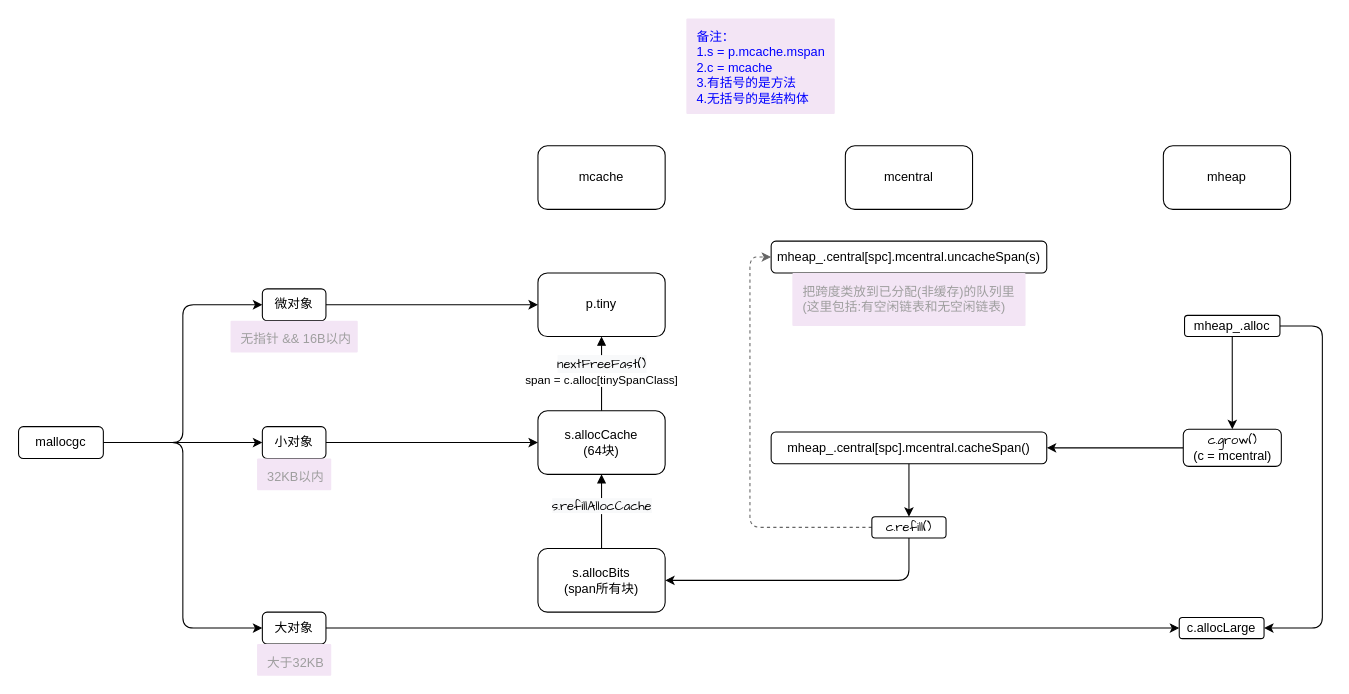
fire1220/annotation-go1.23.5 keeps this draw.io diagram as book/src/内存分配流程.drawio. Above is the earlier version. Source tidied: cells renumbered, new cells numbered last; positions are measured from the earlier drawing's top-left corner, leaving out a move shared by most shapes. Both pictures are drawn from the tidied source at 106%, with x=0, y=0 at pixel (18, 18).
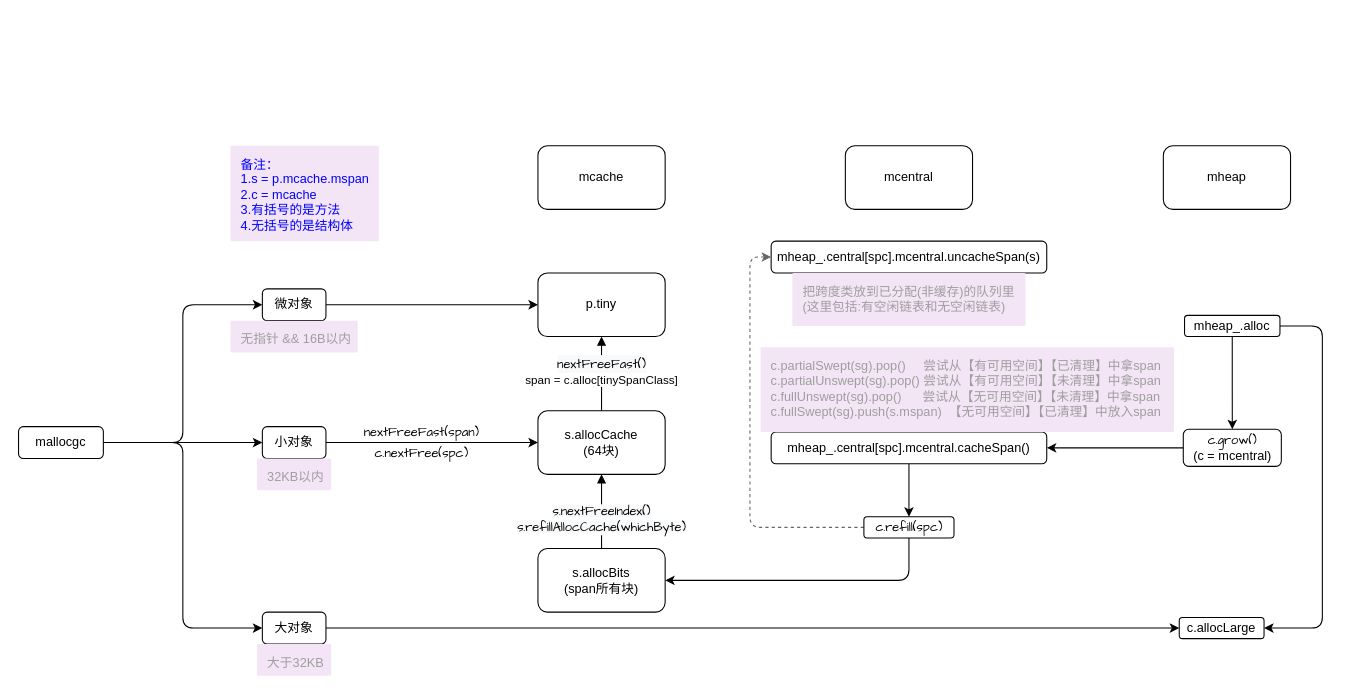
Above is the later version.

Commit message (it also covers changes not shown here):
大对象分配

The change refers to these unchanged cells:
```xml
<mxCell id="2" value="&lt;span&gt;s.allocCache&lt;br&gt;&lt;/span&gt;(64块)&lt;span&gt;&lt;br&gt;&lt;/span&gt;" style="rounded=1;whiteSpace=wrap;html=1;" parent="1" vertex="1">
  <mxGeometry x="490" y="370" width="120" height="60" as="geometry" />
</mxCell>
<mxCell id="4" value="s.allocBits&lt;br&gt;(span所有块)" style="rounded=1;whiteSpace=wrap;html=1;" parent="1" vertex="1">
  <mxGeometry x="490" y="500" width="120" height="60" as="geometry" />
</mxCell>
```

What changed in the source:
```diff
@@
-    <mxCell id="6" value="&lt;span style=&quot;font-size: 12px ; background-color: rgb(248 , 249 , 250)&quot;&gt;&lt;font face=&quot;Comic Sans MS&quot;&gt;s.refillAllocCache&lt;/font&gt;&lt;/span&gt;&lt;span style=&quot;font-size: 12px ; background-color: rgb(248 , 249 , 250)&quot;&gt;&lt;br&gt;&lt;/span&gt;" style="html=1;verticalAlign=bottom;endArrow=block;shadow=0;exitX=0.5;exitY=0;exitDx=0;exitDy=0;entryX=0.5;entryY=1;entryDx=0;entryDy=0;" parent="1" edge="1" source="4" target="2">
-      <mxGeometry x="-0.14" relative="1" as="geometry" />
+    <mxCell id="6" value="&lt;span style=&quot;background-color: rgb(248 , 249 , 250)&quot;&gt;&lt;font face=&quot;Comic Sans MS&quot;&gt;&lt;span style=&quot;font-size: 12px&quot;&gt;s.nextFreeIndex()&lt;br&gt;&lt;/span&gt;&lt;/font&gt;&lt;/span&gt;&lt;span style=&quot;background-color: rgb(248 , 249 , 250)&quot;&gt;&lt;font face=&quot;Comic Sans MS&quot;&gt;&lt;span style=&quot;font-size: 12px&quot;&gt;s.refillAllocCache(whichByte)&lt;/span&gt;&lt;/font&gt;&lt;br&gt;&lt;/span&gt;" style="html=1;verticalAlign=bottom;endArrow=block;shadow=0;exitX=0.5;exitY=0;exitDx=0;exitDy=0;entryX=0.5;entryY=1;entryDx=0;entryDy=0;" parent="1" edge="1" source="4" target="2">
+      <mxGeometry x="-0.71" relative="1" as="geometry" />
     </mxCell>
     <mxCell id="7" value="&lt;span style=&quot;text-align: center&quot;&gt;&lt;font color=&quot;#0000ff&quot;&gt;备注：&lt;br&gt;1.s = p.mcache.mspan&lt;br&gt;2.c = mcache&lt;br&gt;3.有括号的是方法&lt;br&gt;4.无括号的是结构体&lt;/font&gt;&lt;br&gt;&lt;/span&gt;" style="rounded=1;absoluteArcSize=1;arcSize=2;html=1;strokeColor=none;gradientColor=none;shadow=0;dashed=0;fontSize=12;fontColor=#9E9E9E;align=left;verticalAlign=top;spacing=10;spacingTop=-4;fillColor=#F3E5F5;" parent="1" vertex="1">
-      <mxGeometry x="630" width="140" height="90" as="geometry" />
+      <mxGeometry x="200" y="120" width="140" height="90" as="geometry" />
     </mxCell>
@@
-    <mxCell id="12" value="&lt;span style=&quot;font-family: &amp;#34;comic sans ms&amp;#34; ; background-color: rgb(255 , 255 , 255)&quot;&gt;c.refill()&lt;/span&gt;" style="rounded=1;whiteSpace=wrap;html=1;" parent="1" vertex="1">
-      <mxGeometry x="805" y="470" width="70" height="20" as="geometry" />
+    <mxCell id="12" value="&lt;font face=&quot;comic sans ms&quot;&gt;c.refill(spc)&lt;/font&gt;" style="rounded=1;whiteSpace=wrap;html=1;" parent="1" vertex="1">
+      <mxGeometry x="797.5" y="470" width="85" height="20" as="geometry" />
     </mxCell>
@@
+    <mxCell id="38" value="&lt;font face=&quot;Comic Sans MS&quot;&gt;nextFreeFast(span)&lt;/font&gt;" style="text;html=1;align=center;verticalAlign=middle;strokeColor=none;" parent="1" vertex="1">
+      <mxGeometry x="315" y="380" width="130" height="20" as="geometry" />
+    </mxCell>
+    <mxCell id="39" value="&lt;font face=&quot;Comic Sans MS&quot;&gt;c.nextFree(spc)&lt;/font&gt;" style="text;html=1;align=center;verticalAlign=middle;strokeColor=none;" parent="1" vertex="1">
+      <mxGeometry x="330" y="400" width="100" height="20" as="geometry" />
+    </mxCell>
+    <mxCell id="40" value="c.partialSwept(sg).pop()&amp;nbsp; &amp;nbsp; &amp;nbsp;尝试从【有可用空间】【已清理】中拿span&lt;br&gt;c.partialUnswept(sg).pop() 尝试从【有可用空间】【未清理】中拿span&lt;br&gt;c.fullUnswept(sg).pop()&amp;nbsp; &amp;nbsp; &amp;nbsp; 尝试从【无可用空间】【未清理】中拿span&lt;br&gt;c.fullSwept(sg).push(s.mspan)&amp;nbsp; 【无可用空间】【已清理】中放入span" style="rounded=1;absoluteArcSize=1;arcSize=2;html=1;strokeColor=none;gradientColor=none;shadow=0;dashed=0;fontSize=12;fontColor=#9E9E9E;align=left;verticalAlign=top;spacing=10;spacingTop=-4;fillColor=#F3E5F5;" parent="1" vertex="1">
+      <mxGeometry x="700" y="310" width="390" height="80" as="geometry" />
+    </mxCell>
```
